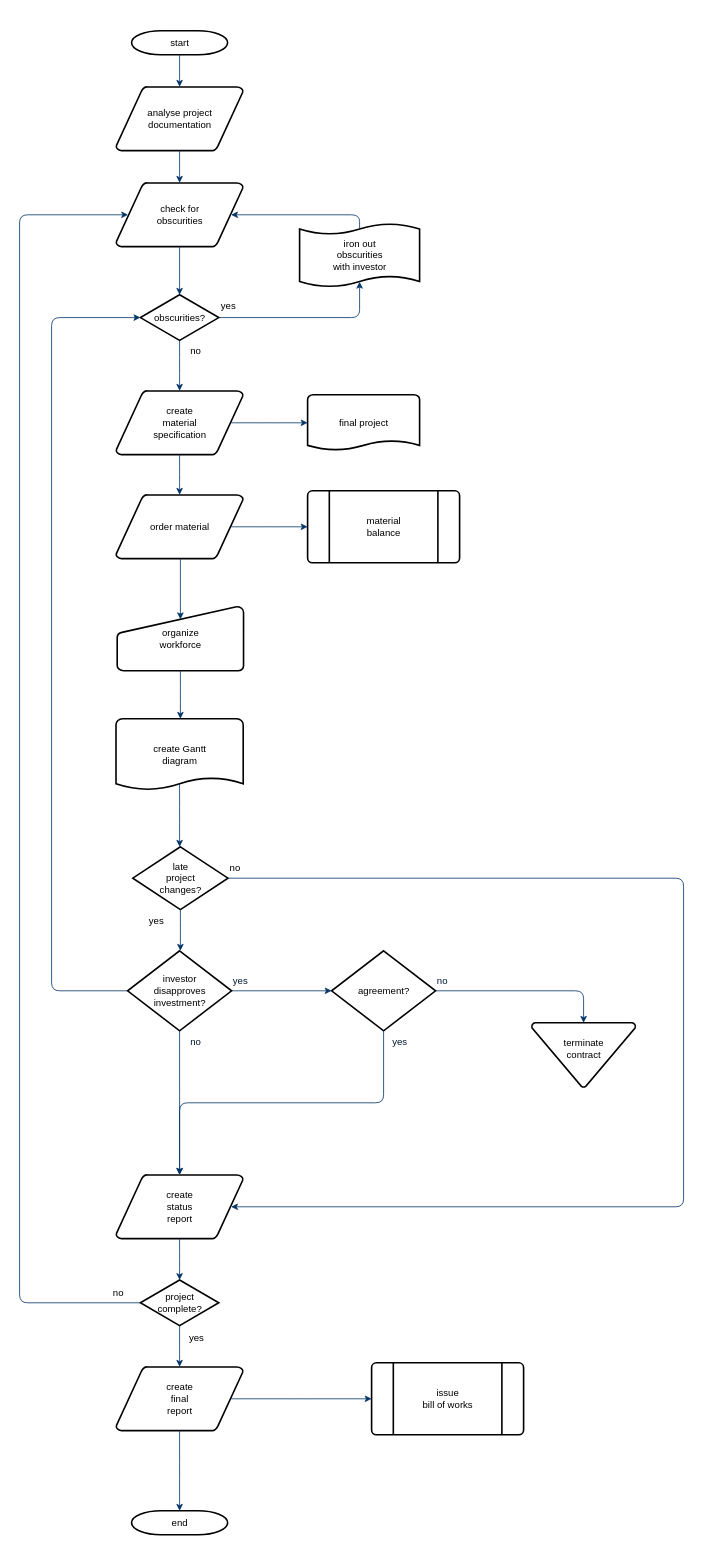
Earlier version of the draw.io diagram 未命名绘图.drawio (hz-jyq/draw). Source tidied: cells renumbered, new cells numbered last; positions are measured from the earlier drawing's top-left corner, leaving out a move shared by most shapes. Both pictures are drawn from the tidied source at 80%, with x=0, y=0 at pixel (19, 30).
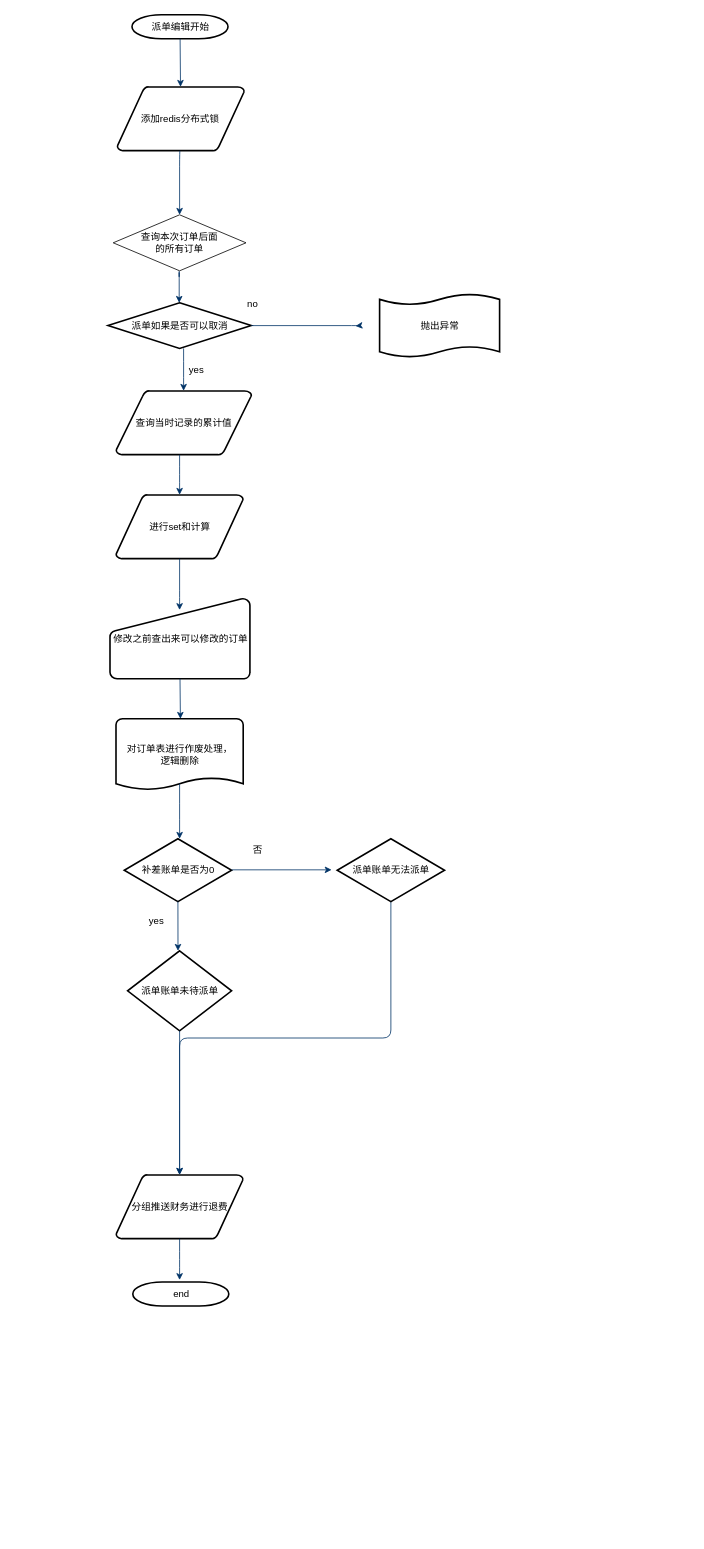
The same diagram, later.

Commit message:
更新未命名绘图.drawio

The edit, as a diff of the source:
```diff
@@
-    <mxCell id="2" value="start" style="shape=mxgraph.flowchart.terminator;strokeWidth=2;gradientColor=none;gradientDirection=north;fontStyle=0;html=1;" parent="1" vertex="1">
-      <mxGeometry x="140" width="120" height="30" as="geometry" />
+    <mxCell id="2" value="派单编辑开始" style="shape=mxgraph.flowchart.terminator;strokeWidth=2;gradientColor=none;gradientDirection=north;fontStyle=0;html=1;" parent="1" vertex="1">
+      <mxGeometry x="140.5" y="-20" width="120" height="30" as="geometry" />
     </mxCell>
-    <mxCell id="3" value="analyse project&#10; documentation" style="shape=mxgraph.flowchart.data;strokeWidth=2;gradientColor=none;gradientDirection=north;fontStyle=0;html=1;" parent="1" vertex="1">
-      <mxGeometry x="120.5" y="70" width="159" height="80" as="geometry" />
+    <mxCell id="3" value="添加redis分布式锁&amp;nbsp;" style="shape=mxgraph.flowchart.data;strokeWidth=2;gradientColor=none;gradientDirection=north;fontStyle=0;html=1;" parent="1" vertex="1">
+      <mxGeometry x="122" y="70" width="159" height="80" as="geometry" />
     </mxCell>
-    <mxCell id="4" value="create&#10;material&#10;specification" style="shape=mxgraph.flowchart.data;strokeWidth=2;gradientColor=none;gradientDirection=north;fontStyle=0;html=1;" parent="1" vertex="1">
-      <mxGeometry x="120.5" y="450" width="159" height="80" as="geometry" />
+    <mxCell id="4" value="查询当时记录的累计值" style="shape=mxgraph.flowchart.data;strokeWidth=2;gradientColor=none;gradientDirection=north;fontStyle=0;html=1;" parent="1" vertex="1">
+      <mxGeometry x="120.5" y="450" width="169.5" height="80" as="geometry" />
     </mxCell>
-    <mxCell id="5" value="check for&#10;obscurities" style="shape=mxgraph.flowchart.data;strokeWidth=2;gradientColor=none;gradientDirection=north;fontStyle=0;html=1;" parent="1" vertex="1">
-      <mxGeometry x="120.5" y="190" width="159" height="80" as="geometry" />
-    </mxCell>
-    <mxCell id="6" value="obscurities?" style="shape=mxgraph.flowchart.decision;strokeWidth=2;gradientColor=none;gradientDirection=north;fontStyle=0;html=1;" parent="1" vertex="1">
-      <mxGeometry x="151" y="330" width="98" height="57" as="geometry" />
+    <mxCell id="6" value="派单如果是否可以取消&lt;br&gt;" style="shape=mxgraph.flowchart.decision;strokeWidth=2;gradientColor=none;gradientDirection=north;fontStyle=0;html=1;" parent="1" vertex="1">
+      <mxGeometry x="110.5" y="340" width="179" height="57" as="geometry" />
     </mxCell>
@@
-    <mxCell id="8" style="fontStyle=1;strokeColor=#003366;strokeWidth=1;html=1;" parent="1" edge="1" source="3" target="5">
-      <mxGeometry relative="1" as="geometry" />
+    <mxCell id="8" style="fontStyle=1;strokeColor=#003366;strokeWidth=1;html=1;" parent="1" edge="1" source="3" target="56">
+      <mxGeometry relative="1" as="geometry">
+        <Array as="points">
+          <mxPoint x="200" y="160" />
+        </Array>
+      </mxGeometry>
     </mxCell>
-    <mxCell id="9" style="entryX=0.5;entryY=0;entryPerimeter=0;fontStyle=1;strokeColor=#003366;strokeWidth=1;html=1;" parent="1" edge="1" source="5" target="6">
-      <mxGeometry relative="1" as="geometry" />
+    <mxCell id="9" style="fontStyle=1;strokeColor=#003366;strokeWidth=1;html=1;" parent="1" edge="1">
+      <mxGeometry relative="1" as="geometry">
+        <mxPoint x="199.5" y="300" as="sourcePoint" />
+        <mxPoint x="199.5" y="340" as="targetPoint" />
+        <Array as="points">
+          <mxPoint x="199.5" y="310" />
+          <mxPoint x="199.5" y="300" />
+        </Array>
+      </mxGeometry>
     </mxCell>
-    <mxCell id="10" style="edgeStyle=elbowEdgeStyle;elbow=horizontal;entryX=0.5;entryY=0.91;entryPerimeter=0;exitX=1;exitY=0.5;exitPerimeter=0;fontStyle=1;strokeColor=#003366;strokeWidth=1;html=1;" parent="1" edge="1" source="6" target="51">
+    <mxCell id="10" style="edgeStyle=elbowEdgeStyle;elbow=horizontal;exitX=1;exitY=0.5;exitPerimeter=0;fontStyle=1;strokeColor=#003366;strokeWidth=1;html=1;" parent="1" edge="1" source="6">
       <mxGeometry x="381" y="28.5" as="geometry">
+        <mxPoint x="420" y="369" as="targetPoint" />
         <Array as="points">
           <mxPoint x="425" y="340" />
         </Array>
       </mxGeometry>
     </mxCell>
     <mxCell id="11" value="yes" style="text;fontStyle=0;html=1;strokeColor=none;gradientColor=none;fillColor=none;strokeWidth=2;" parent="1" vertex="1">
-      <mxGeometry x="250" y="330" width="40" height="26" as="geometry" />
+      <mxGeometry x="210" y="410" width="40" height="26" as="geometry" />
     </mxCell>
@@
-    <mxCell id="13" value="order material" style="shape=mxgraph.flowchart.data;strokeWidth=2;gradientColor=none;gradientDirection=north;fontStyle=0;html=1;" parent="1" vertex="1">
+    <mxCell id="13" value="进行set和计算" style="shape=mxgraph.flowchart.data;strokeWidth=2;gradientColor=none;gradientDirection=north;fontStyle=0;html=1;" parent="1" vertex="1">
       <mxGeometry x="120.5" y="580" width="159" height="80" as="geometry" />
     </mxCell>
     <mxCell id="14" value="no" style="text;fontStyle=0;html=1;strokeColor=none;gradientColor=none;fillColor=none;strokeWidth=2;align=center;" parent="1" vertex="1">
-      <mxGeometry x="200" y="387" width="40" height="26" as="geometry" />
+      <mxGeometry x="271" y="328" width="40" height="26" as="geometry" />
     </mxCell>
-    <mxCell id="15" value="final project" style="shape=mxgraph.flowchart.document;strokeWidth=2;gradientColor=none;gradientDirection=north;fontStyle=0;html=1;" parent="1" vertex="1">
-      <mxGeometry x="360" y="455" width="140" height="70" as="geometry" />
-    </mxCell>
-    <mxCell id="16" style="edgeStyle=elbowEdgeStyle;elbow=horizontal;exitX=0.905;exitY=0.5;exitPerimeter=0;fontStyle=1;strokeColor=#003366;strokeWidth=1;html=1;" parent="1" edge="1" source="4" target="15">
-      <mxGeometry as="geometry" />
-    </mxCell>
@@
-    <mxCell id="18" value="material&#10;balance" style="shape=mxgraph.flowchart.predefined_process;strokeWidth=2;gradientColor=none;gradientDirection=north;fontStyle=0;html=1;" parent="1" vertex="1">
-      <mxGeometry x="360" y="575" width="190" height="90" as="geometry" />
-    </mxCell>
-    <mxCell id="19" style="edgeStyle=elbowEdgeStyle;elbow=horizontal;exitX=0.905;exitY=0.5;exitPerimeter=0;fontStyle=1;strokeColor=#003366;strokeWidth=1;html=1;" parent="1" edge="1" source="13" target="18">
-      <mxGeometry as="geometry" />
-    </mxCell>
-    <mxCell id="20" value="organize &#10;workforce" style="shape=mxgraph.flowchart.manual_input;strokeWidth=2;gradientColor=none;gradientDirection=north;fontStyle=0;html=1;" parent="1" vertex="1">
-      <mxGeometry x="122" y="720" width="158" height="80" as="geometry" />
+    <mxCell id="20" value="修改之前查出来可以修改的订单" style="shape=mxgraph.flowchart.manual_input;strokeWidth=2;gradientColor=none;gradientDirection=north;fontStyle=0;html=1;" parent="1" vertex="1">
+      <mxGeometry x="113" y="710" width="175" height="100" as="geometry" />
     </mxCell>
-    <mxCell id="21" style="edgeStyle=elbowEdgeStyle;elbow=horizontal;entryX=0.5;entryY=0.195;entryPerimeter=0;fontStyle=1;strokeColor=#003366;strokeWidth=1;html=1;" parent="1" edge="1" source="13" target="20">
-      <mxGeometry as="geometry" />
+    <mxCell id="21" style="edgeStyle=elbowEdgeStyle;elbow=horizontal;fontStyle=1;strokeColor=#003366;strokeWidth=1;html=1;" parent="1" edge="1" source="13">
+      <mxGeometry as="geometry">
+        <mxPoint x="200" y="724" as="targetPoint" />
+        <Array as="points">
+          <mxPoint x="200" y="710" />
+        </Array>
+      </mxGeometry>
     </mxCell>
-    <mxCell id="22" value="create Gantt&#10;diagram" style="shape=mxgraph.flowchart.document;strokeWidth=2;gradientColor=none;gradientDirection=north;fontStyle=0;html=1;" parent="1" vertex="1">
+    <mxCell id="22" value="对订单表进行作废处理，&lt;br&gt;逻辑删除" style="shape=mxgraph.flowchart.document;strokeWidth=2;gradientColor=none;gradientDirection=north;fontStyle=0;html=1;" parent="1" vertex="1">
       <mxGeometry x="120.5" y="860" width="159" height="90" as="geometry" />
     </mxCell>
@@
-    <mxCell id="24" value="late&#10;project&#10;changes?" style="shape=mxgraph.flowchart.decision;strokeWidth=2;gradientColor=none;gradientDirection=north;fontStyle=0;html=1;" parent="1" vertex="1">
-      <mxGeometry x="141.5" y="1020" width="119" height="78.5" as="geometry" />
+    <mxCell id="24" value="补差账单是否为0" style="shape=mxgraph.flowchart.decision;strokeWidth=2;gradientColor=none;gradientDirection=north;fontStyle=0;html=1;" parent="1" vertex="1">
+      <mxGeometry x="130.8" y="1010" width="134.2" height="78.5" as="geometry" />
     </mxCell>
@@
-    <mxCell id="26" style="edgeStyle=elbowEdgeStyle;elbow=horizontal;exitX=0;exitY=0.5;exitPerimeter=0;entryX=0;entryY=0.5;entryPerimeter=0;fontStyle=1;strokeColor=#003366;strokeWidth=1;html=1;" parent="1" edge="1" source="28" target="6">
-      <mxGeometry as="geometry">
-        <Array as="points">
-          <mxPoint x="40" y="790" />
-        </Array>
-      </mxGeometry>
-    </mxCell>
@@
-    <mxCell id="28" value="investor&#10;disapproves&#10; investment?" style="shape=mxgraph.flowchart.decision;strokeWidth=2;gradientColor=none;gradientDirection=north;fontStyle=0;html=1;" parent="1" vertex="1">
+    <mxCell id="28" value="派单账单未待派单" style="shape=mxgraph.flowchart.decision;strokeWidth=2;gradientColor=none;gradientDirection=north;fontStyle=0;html=1;" parent="1" vertex="1">
       <mxGeometry x="135" y="1150" width="130" height="100" as="geometry" />
     </mxCell>
-    <mxCell id="29" value="agreement?" style="shape=mxgraph.flowchart.decision;strokeWidth=2;gradientColor=none;gradientDirection=north;fontStyle=0;html=1;" parent="1" vertex="1">
-      <mxGeometry x="390" y="1150" width="130" height="100" as="geometry" />
-    </mxCell>
@@
-    <mxCell id="31" style="edgeStyle=elbowEdgeStyle;elbow=horizontal;exitX=1;exitY=0.5;exitPerimeter=0;entryX=0;entryY=0.5;entryPerimeter=0;fontStyle=1;strokeColor=#003366;strokeWidth=1;html=1;" parent="1" edge="1" source="28" target="29">
-      <mxGeometry as="geometry" />
-    </mxCell>
-    <mxCell id="32" value="terminate&#10;contract&#10;" style="shape=mxgraph.flowchart.merge_or_storage;strokeWidth=2;gradientColor=none;gradientDirection=north;fontStyle=0;html=1;" parent="1" vertex="1">
-      <mxGeometry x="640" y="1240" width="130" height="80.5" as="geometry" />
-    </mxCell>
-    <mxCell id="33" style="edgeStyle=elbowEdgeStyle;elbow=vertical;exitX=1;exitY=0.5;exitPerimeter=0;entryX=0.5;entryY=0;entryPerimeter=0;fontStyle=1;strokeColor=#003366;strokeWidth=1;html=1;" parent="1" edge="1" source="29" target="32">
-      <mxGeometry as="geometry">
-        <Array as="points">
-          <mxPoint x="620" y="1200" />
-        </Array>
-      </mxGeometry>
-    </mxCell>
-    <mxCell id="34" value="create&#10;status&#10;report" style="shape=mxgraph.flowchart.data;strokeWidth=2;gradientColor=none;gradientDirection=north;fontStyle=0;html=1;" parent="1" vertex="1">
+    <mxCell id="34" value="分组推送财务进行退费" style="shape=mxgraph.flowchart.data;strokeWidth=2;gradientColor=none;gradientDirection=north;fontStyle=0;html=1;" parent="1" vertex="1">
       <mxGeometry x="120.5" y="1430" width="159" height="80" as="geometry" />
     </mxCell>
@@
-    <mxCell id="36" style="edgeStyle=elbowEdgeStyle;elbow=vertical;exitX=0.5;exitY=1;exitPerimeter=0;entryX=0.5;entryY=0;entryPerimeter=0;fontStyle=1;strokeColor=#003366;strokeWidth=1;html=1;" parent="1" edge="1" source="29" target="34">
+    <mxCell id="36" style="edgeStyle=elbowEdgeStyle;elbow=vertical;exitX=0.5;exitY=1;exitPerimeter=0;entryX=0.5;entryY=0;entryPerimeter=0;fontStyle=1;strokeColor=#003366;strokeWidth=1;html=1;exitDx=0;exitDy=0;" parent="1" edge="1" source="59" target="34">
       <mxGeometry as="geometry" />
     </mxCell>
-    <mxCell id="37" value="project&#10;complete?" style="shape=mxgraph.flowchart.decision;strokeWidth=2;gradientColor=none;gradientDirection=north;fontStyle=0;html=1;" parent="1" vertex="1">
-      <mxGeometry x="151" y="1561.5" width="98" height="57" as="geometry" />
-    </mxCell>
-    <mxCell id="38" value="create&#10;final&#10;report" style="shape=mxgraph.flowchart.data;strokeWidth=2;gradientColor=none;gradientDirection=north;fontStyle=0;html=1;" parent="1" vertex="1">
-      <mxGeometry x="120.5" y="1670" width="159" height="80" as="geometry" />
-    </mxCell>
-    <mxCell id="39" value="issue&#10;bill of works" style="shape=mxgraph.flowchart.predefined_process;strokeWidth=2;gradientColor=none;gradientDirection=north;fontStyle=0;html=1;" parent="1" vertex="1">
-      <mxGeometry x="440" y="1665" width="190" height="90" as="geometry" />
-    </mxCell>
     <mxCell id="40" value="end" style="shape=mxgraph.flowchart.terminator;strokeWidth=2;gradientColor=none;gradientDirection=north;fontStyle=0;html=1;" parent="1" vertex="1">
-      <mxGeometry x="140" y="1850" width="120" height="30" as="geometry" />
+      <mxGeometry x="141.5" y="1564" width="120" height="30" as="geometry" />
     </mxCell>
-    <mxCell id="41" style="edgeStyle=elbowEdgeStyle;elbow=vertical;exitX=0.5;exitY=1;exitPerimeter=0;entryX=0.5;entryY=0;entryPerimeter=0;fontStyle=1;strokeColor=#003366;strokeWidth=1;html=1;" parent="1" edge="1" source="34" target="37">
-      <mxGeometry as="geometry" />
+    <mxCell id="41" style="edgeStyle=elbowEdgeStyle;elbow=vertical;exitX=0.5;exitY=1;exitPerimeter=0;entryX=0.5;entryY=0;entryPerimeter=0;fontStyle=1;strokeColor=#003366;strokeWidth=1;html=1;" parent="1" edge="1" source="34">
+      <mxGeometry as="geometry">
+        <mxPoint x="200" y="1561.5" as="targetPoint" />
+      </mxGeometry>
     </mxCell>
-    <mxCell id="42" style="edgeStyle=elbowEdgeStyle;elbow=vertical;exitX=0.5;exitY=1;exitPerimeter=0;entryX=0.5;entryY=0;entryPerimeter=0;fontStyle=1;strokeColor=#003366;strokeWidth=1;html=1;" parent="1" edge="1" source="37" target="38">
-      <mxGeometry as="geometry" />
-    </mxCell>
-    <mxCell id="43" style="edgeStyle=elbowEdgeStyle;elbow=vertical;exitX=0.5;exitY=1;exitPerimeter=0;entryX=0.5;entryY=0;entryPerimeter=0;fontStyle=1;strokeColor=#003366;strokeWidth=1;html=1;" parent="1" edge="1" source="38" target="40">
-      <mxGeometry as="geometry" />
-    </mxCell>
-    <mxCell id="44" style="edgeStyle=elbowEdgeStyle;elbow=vertical;exitX=0.905;exitY=0.5;exitPerimeter=0;entryX=0;entryY=0.5;entryPerimeter=0;fontStyle=1;strokeColor=#003366;strokeWidth=1;html=1;" parent="1" edge="1" source="38" target="39">
-      <mxGeometry as="geometry" />
-    </mxCell>
-    <mxCell id="45" style="edgeStyle=elbowEdgeStyle;elbow=horizontal;exitX=1;exitY=0.5;exitPerimeter=0;entryX=0.905;entryY=0.5;entryPerimeter=0;fontStyle=1;strokeColor=#003366;strokeWidth=1;html=1;" parent="1" edge="1" source="24" target="34">
-      <mxGeometry as="geometry">
-        <Array as="points">
-          <mxPoint x="830" y="1260" />
-        </Array>
-      </mxGeometry>
-    </mxCell>
-    <mxCell id="46" value="no" style="text;fontStyle=0;html=1;strokeColor=none;gradientColor=none;fillColor=none;strokeWidth=2;" parent="1" vertex="1">
-      <mxGeometry x="260.5" y="1033.2" width="40" height="26" as="geometry" />
-    </mxCell>
-    <mxCell id="47" value="yes" style="text;fontColor=#001933;fontStyle=0;html=1;strokeColor=none;gradientColor=none;fillColor=none;strokeWidth=2;" parent="1" vertex="1">
-      <mxGeometry x="265" y="1174" width="40" height="26" as="geometry" />
-    </mxCell>
-    <mxCell id="48" value="no" style="text;fontColor=#001933;fontStyle=0;html=1;strokeColor=none;gradientColor=none;fillColor=none;strokeWidth=2;align=center;" parent="1" vertex="1">
-      <mxGeometry x="200" y="1250" width="40" height="26" as="geometry" />
-    </mxCell>
-    <mxCell id="49" value="yes" style="text;fontColor=#001933;fontStyle=0;html=1;strokeColor=none;gradientColor=none;fillColor=none;strokeWidth=2;align=center;" parent="1" vertex="1">
-      <mxGeometry x="455" y="1250" width="40" height="26" as="geometry" />
-    </mxCell>
-    <mxCell id="50" value="no" style="text;fontColor=#001933;fontStyle=0;html=1;strokeColor=none;gradientColor=none;fillColor=none;strokeWidth=2;" parent="1" vertex="1">
-      <mxGeometry x="520" y="1174" width="40" height="26" as="geometry" />
-    </mxCell>
-    <mxCell id="51" value="iron out&#10;obscurities &#10;with investor" style="shape=mxgraph.flowchart.paper_tape;strokeWidth=2;gradientColor=none;gradientDirection=north;fontStyle=0;html=1;" parent="1" vertex="1">
-      <mxGeometry x="350" y="240" width="150" height="81" as="geometry" />
+    <mxCell id="51" value="抛出异常" style="shape=mxgraph.flowchart.paper_tape;strokeWidth=2;gradientColor=none;gradientDirection=north;fontStyle=0;html=1;" parent="1" vertex="1">
+      <mxGeometry x="450" y="328" width="150" height="81" as="geometry" />
     </mxCell>
-    <mxCell id="52" style="edgeStyle=elbowEdgeStyle;elbow=horizontal;exitX=0.5;exitY=0.09;exitPerimeter=0;entryX=0.905;entryY=0.5;entryPerimeter=0;fontStyle=1;strokeColor=#003366;strokeWidth=1;html=1;" parent="1" edge="1" source="51" target="5">
-      <mxGeometry as="geometry">
-        <Array as="points">
-          <mxPoint x="425" y="240" />
-        </Array>
-      </mxGeometry>
-    </mxCell>
-    <mxCell id="53" value="yes" style="text;fontStyle=0;html=1;strokeColor=none;gradientColor=none;fillColor=none;strokeWidth=2;align=center;" parent="1" vertex="1">
-      <mxGeometry x="201" y="1620" width="40" height="26" as="geometry" />
-    </mxCell>
-    <mxCell id="54" style="edgeStyle=elbowEdgeStyle;elbow=horizontal;exitX=0;exitY=0.5;exitPerimeter=0;entryX=0.095;entryY=0.5;entryPerimeter=0;fontStyle=1;strokeColor=#003366;strokeWidth=1;html=1;" parent="1" edge="1" source="37" target="5">
-      <mxGeometry as="geometry">
-        <Array as="points">
-          <mxPoint y="910" />
-        </Array>
-      </mxGeometry>
-    </mxCell>
-    <mxCell id="55" value="no" style="text;fontStyle=0;html=1;strokeColor=none;gradientColor=none;fillColor=none;strokeWidth=2;" parent="1" vertex="1">
-      <mxGeometry x="115" y="1564" width="40" height="26" as="geometry" />
-    </mxCell>
+    <mxCell id="56" value="查询本次订单后面&lt;br&gt;的所有订单" style="rhombus;whiteSpace=wrap;html=1;direction=south;" parent="1" vertex="1">
+      <mxGeometry x="117" y="230" width="166" height="70" as="geometry" />
+    </mxCell>
+    <mxCell id="57" value="否" style="text;fontStyle=0;html=1;strokeColor=none;gradientColor=none;fillColor=none;strokeWidth=2;" parent="1" vertex="1">
+      <mxGeometry x="289.5" y="1010" width="40" height="26" as="geometry" />
+    </mxCell>
+    <mxCell id="58" style="edgeStyle=elbowEdgeStyle;elbow=horizontal;exitX=1;exitY=0.5;exitPerimeter=0;entryX=0;entryY=0.5;entryPerimeter=0;fontStyle=1;strokeColor=#003366;strokeWidth=1;html=1;" parent="1" edge="1">
+      <mxGeometry y="-151.2" as="geometry">
+        <mxPoint x="265" y="1048.8" as="sourcePoint" />
+        <mxPoint x="390" y="1048.8" as="targetPoint" />
+      </mxGeometry>
+    </mxCell>
+    <mxCell id="59" value="派单账单无法派单" style="shape=mxgraph.flowchart.decision;strokeWidth=2;gradientColor=none;gradientDirection=north;fontStyle=0;html=1;" parent="1" vertex="1">
+      <mxGeometry x="397" y="1010" width="134.2" height="78.5" as="geometry" />
+    </mxCell>
```
